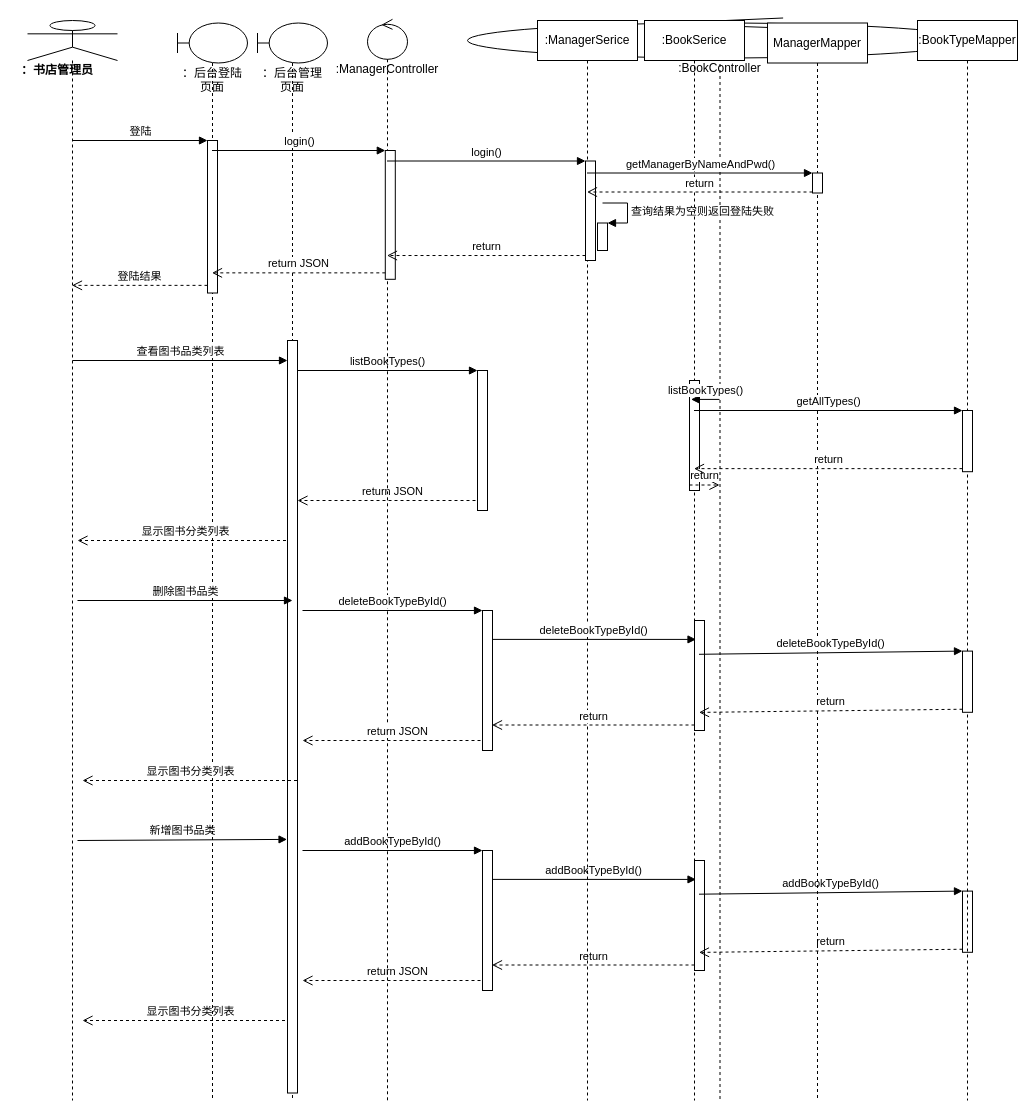
The draw.io diagram page "第 1 页" (1 of 2) of 毕业设计-功能设计-图书管理.drawio in MinDaHu/UML, before the edit. Source tidied: cells renumbered, new cells numbered last; positions are measured from the earlier drawing's top-left corner, leaving out a move shared by most shapes. Both pictures are drawn from the tidied source at 100%, with x=0, y=0 at pixel (17, 18).
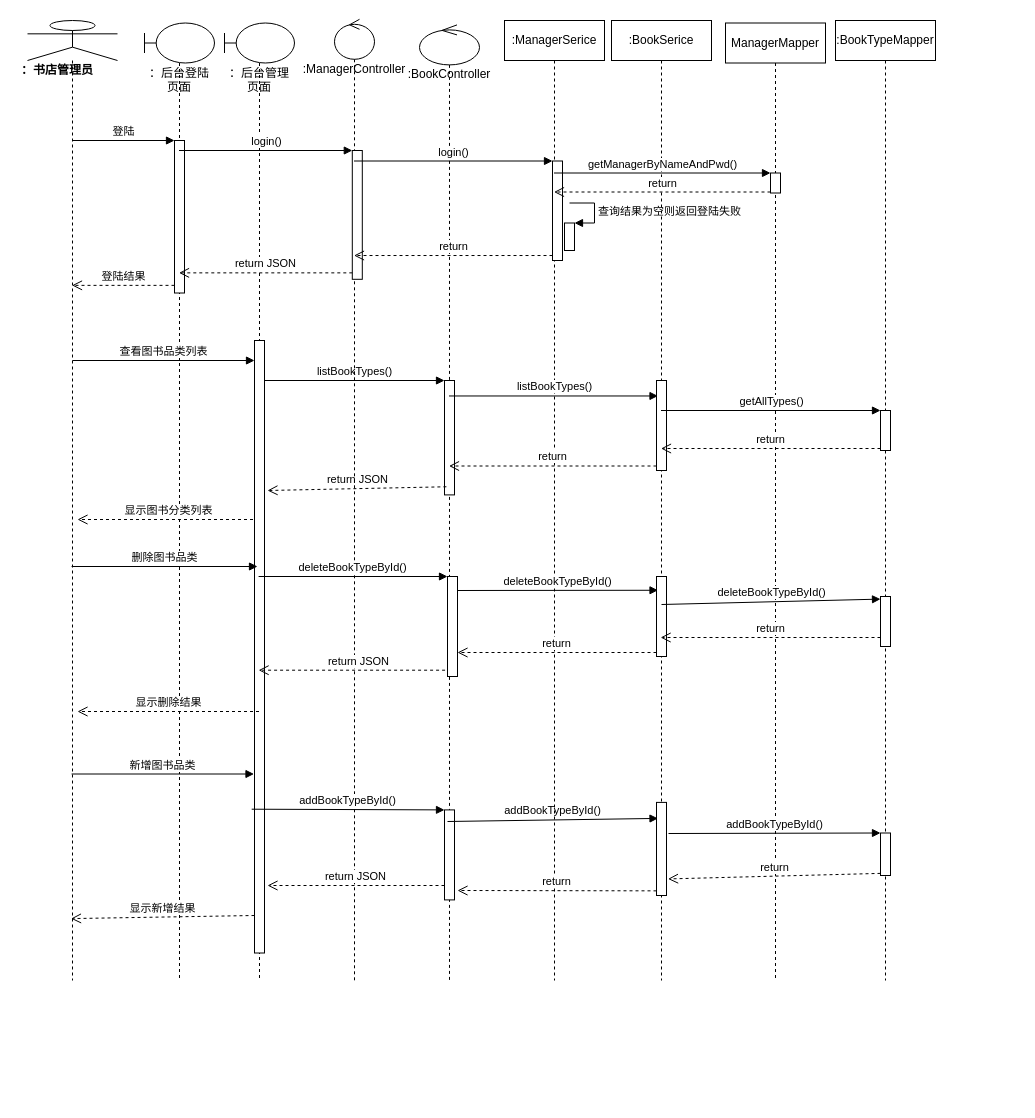
The same page after the edit.

Commit message (it also covers changes not shown here):
更新毕业设计-功能设计-图书管理.drawio

The edit, as a diff of the source:
```diff
@@
     <mxCell id="2" value=":BookController" style="shape=umlLifeline;participant=umlControl;perimeter=lifelinePerimeter;whiteSpace=wrap;html=1;verticalAlign=top;spacingTop=36;outlineConnect=0;" parent="1" vertex="1">
-      <mxGeometry x="450" y="-0.5" width="505" height="1082.5" as="geometry" />
+      <mxGeometry x="402" y="6.4" width="60" height="955.6" as="geometry" />
     </mxCell>
-    <mxCell id="3" style="html=1;points=[];perimeter=orthogonalPerimeter;" parent="2" vertex="1">
-      <mxGeometry x="495" y="873.1" width="10" height="61.2" as="geometry" />
-    </mxCell>
-    <mxCell id="4" value="return JSON" style="html=1;verticalAlign=bottom;endArrow=open;dashed=1;endSize=8;" parent="2" edge="1">
-      <mxGeometry relative="1" as="geometry">
-        <mxPoint x="25" y="962.5" as="sourcePoint" />
-        <mxPoint x="-165" y="962.5" as="targetPoint" />
-      </mxGeometry>
-    </mxCell>
-    <mxCell id="5" value="addBookTypeById()" style="html=1;verticalAlign=bottom;endArrow=block;" parent="2" edge="1" target="8">
-      <mxGeometry relative="1" as="geometry">
-        <mxPoint x="-165" y="832.5" as="sourcePoint" />
-      </mxGeometry>
-    </mxCell>
-    <mxCell id="6" value="显示图书分类列表" style="html=1;verticalAlign=bottom;endArrow=open;dashed=1;endSize=8;" parent="2" edge="1">
-      <mxGeometry relative="1" as="geometry">
-        <mxPoint x="-170.5" y="1002.5" as="sourcePoint" />
-        <mxPoint x="-385" y="1002.5" as="targetPoint" />
-      </mxGeometry>
-    </mxCell>
-    <mxCell id="7" style="html=1;points=[];perimeter=orthogonalPerimeter;" parent="2" vertex="1">
-      <mxGeometry x="227" y="842.5" width="10" height="110" as="geometry" />
-    </mxCell>
     <mxCell id="8" style="html=1;points=[];perimeter=orthogonalPerimeter;align=left;" parent="2" vertex="1">
-      <mxGeometry x="15" y="832.5" width="10" height="140" as="geometry" />
+      <mxGeometry x="25" y="785" width="10" height="90" as="geometry" />
     </mxCell>
     <mxCell id="9" value="addBookTypeById()" style="html=1;verticalAlign=bottom;endArrow=block;entryX=0.152;entryY=0.172;entryDx=0;entryDy=0;entryPerimeter=0;" parent="2" edge="1" target="7">
       <mxGeometry relative="1" as="geometry">
-        <mxPoint x="24.5" y="861.4" as="sourcePoint" />
+        <mxPoint x="28" y="796.6" as="sourcePoint" />
       </mxGeometry>
     </mxCell>
-    <mxCell id="10" value="return" style="html=1;verticalAlign=bottom;endArrow=open;dashed=1;endSize=8;exitX=0;exitY=0.95;" parent="2" edge="1" source="7">
-      <mxGeometry relative="1" as="geometry">
-        <mxPoint x="24.5" y="947" as="targetPoint" />
-      </mxGeometry>
-    </mxCell>
-    <mxCell id="11" value="addBookTypeById()" style="html=1;verticalAlign=bottom;endArrow=block;entryX=0;entryY=0;" parent="2" edge="1" target="3">
-      <mxGeometry relative="1" as="geometry">
-        <mxPoint x="231.5" y="876.2" as="sourcePoint" />
-      </mxGeometry>
-    </mxCell>
-    <mxCell id="12" value="return" style="html=1;verticalAlign=bottom;endArrow=open;dashed=1;endSize=8;exitX=0;exitY=0.95;" parent="2" edge="1" source="3">
-      <mxGeometry relative="1" as="geometry">
-        <mxPoint x="231.5" y="934.4" as="targetPoint" />
-      </mxGeometry>
-    </mxCell>
-    <mxCell id="13" value="新增图书品类" style="html=1;verticalAlign=bottom;endArrow=block;entryX=-0.045;entryY=0.663;entryDx=0;entryDy=0;entryPerimeter=0;" parent="2" edge="1" target="32">
-      <mxGeometry relative="1" as="geometry">
-        <mxPoint x="-390" y="822.5" as="sourcePoint" />
-      </mxGeometry>
-    </mxCell>
+    <mxCell id="45" style="html=1;points=[];perimeter=orthogonalPerimeter;align=left;" parent="2" vertex="1">
+      <mxGeometry x="25" y="355.6" width="10" height="114.4" as="geometry" />
+    </mxCell>
     <mxCell id="14" style="shape=umlLifeline;participant=umlActor;perimeter=lifelinePerimeter;whiteSpace=wrap;html=1;verticalAlign=top;spacingTop=36;outlineConnect=0;" parent="1" vertex="1">
-      <mxGeometry x="10" y="2" width="90" height="1080" as="geometry" />
+      <mxGeometry x="10" y="2" width="90" height="960" as="geometry" />
     </mxCell>
@@
     <mxCell id="16" value="&lt;span style=&quot;font-weight: normal&quot;&gt;：后台登陆页面&lt;/span&gt;" style="shape=umlLifeline;participant=umlBoundary;perimeter=lifelinePerimeter;whiteSpace=wrap;html=1;verticalAlign=top;spacingTop=36;outlineConnect=0;fontStyle=1;" parent="1" vertex="1">
-      <mxGeometry x="160" y="4.5" width="70" height="1077.5" as="geometry" />
+      <mxGeometry x="127" y="4.5" width="70" height="957.5" as="geometry" />
     </mxCell>
@@
+    <mxCell id="6" value="显示新增结果" style="html=1;verticalAlign=bottom;endArrow=open;dashed=1;endSize=8;" parent="16" edge="1">
+      <mxGeometry relative="1" as="geometry">
+        <mxPoint x="110" y="892.5" as="sourcePoint" />
+        <mxPoint x="-73.5" y="895.6" as="targetPoint" />
+      </mxGeometry>
+    </mxCell>
     <mxCell id="18" value=":ManagerSerice" style="shape=umlLifeline;perimeter=lifelinePerimeter;whiteSpace=wrap;html=1;outlineConnect=0;" parent="1" vertex="1">
-      <mxGeometry x="520" y="2" width="100" height="1080" as="geometry" />
+      <mxGeometry x="487" y="2" width="100" height="960" as="geometry" />
     </mxCell>
@@
-    <mxCell id="22" value="return JSON" style="html=1;verticalAlign=bottom;endArrow=open;dashed=1;endSize=8;" parent="1" edge="1" target="32">
+    <mxCell id="22" value="return JSON" style="html=1;verticalAlign=bottom;endArrow=open;dashed=1;endSize=8;exitX=0.188;exitY=0.929;exitDx=0;exitDy=0;exitPerimeter=0;" parent="1" edge="1" source="45">
       <mxGeometry relative="1" as="geometry">
-        <mxPoint x="470" y="482" as="sourcePoint" />
+        <mxPoint x="250" y="472" as="targetPoint" />
       </mxGeometry>
     </mxCell>
@@
-    <mxCell id="24" value="显示图书分类列表" style="html=1;verticalAlign=bottom;endArrow=open;dashed=1;endSize=8;" parent="1" edge="1" source="31">
+    <mxCell id="24" value="显示图书分类列表" style="html=1;verticalAlign=bottom;endArrow=open;dashed=1;endSize=8;" parent="1" edge="1">
       <mxGeometry relative="1" as="geometry">
-        <mxPoint x="60" y="522" as="targetPoint" />
+        <mxPoint x="241.5" y="501" as="sourcePoint" />
+        <mxPoint x="60" y="501" as="targetPoint" />
       </mxGeometry>
     </mxCell>
     <mxCell id="25" value=":BookTypeMapper" style="shape=umlLifeline;perimeter=lifelinePerimeter;whiteSpace=wrap;html=1;" parent="1" vertex="1">
-      <mxGeometry x="900" y="2" width="100" height="1080" as="geometry" />
+      <mxGeometry x="818" y="2" width="100" height="960" as="geometry" />
     </mxCell>
     <mxCell id="26" style="html=1;points=[];perimeter=orthogonalPerimeter;" parent="25" vertex="1">
-      <mxGeometry x="45" y="390" width="10" height="61.2" as="geometry" />
+      <mxGeometry x="45" y="390" width="10" height="40" as="geometry" />
     </mxCell>
     <mxCell id="27" style="html=1;points=[];perimeter=orthogonalPerimeter;" parent="25" vertex="1">
-      <mxGeometry x="45" y="630.6" width="10" height="61.2" as="geometry" />
+      <mxGeometry x="45" y="576" width="10" height="50" as="geometry" />
     </mxCell>
+    <mxCell id="3" style="html=1;points=[];perimeter=orthogonalPerimeter;" parent="25" vertex="1">
+      <mxGeometry x="45" y="812.5" width="10" height="42.5" as="geometry" />
+    </mxCell>
     <mxCell id="28" value="ManagerMapper" style="shape=umlLifeline;perimeter=lifelinePerimeter;whiteSpace=wrap;html=1;" parent="1" vertex="1">
-      <mxGeometry x="750" y="4.5" width="100" height="1077.5" as="geometry" />
+      <mxGeometry x="708" y="4.5" width="100" height="957.5" as="geometry" />
     </mxCell>
@@
     <mxCell id="31" value="&lt;span style=&quot;font-weight: normal&quot;&gt;：后台管理页面&lt;/span&gt;" style="shape=umlLifeline;participant=umlBoundary;perimeter=lifelinePerimeter;whiteSpace=wrap;html=1;verticalAlign=top;spacingTop=36;outlineConnect=0;fontStyle=1;" parent="1" vertex="1">
-      <mxGeometry x="240" y="4.5" width="70" height="1077.5" as="geometry" />
+      <mxGeometry x="207" y="4.5" width="70" height="957.5" as="geometry" />
     </mxCell>
     <mxCell id="32" style="html=1;points=[];perimeter=orthogonalPerimeter;align=left;" parent="31" vertex="1">
-      <mxGeometry x="30" y="317.5" width="10" height="752.5" as="geometry" />
+      <mxGeometry x="30" y="317.5" width="10" height="612.5" as="geometry" />
     </mxCell>
@@
     <mxCell id="35" value=":BookSerice" style="shape=umlLifeline;perimeter=lifelinePerimeter;whiteSpace=wrap;html=1;outlineConnect=0;" parent="1" vertex="1">
-      <mxGeometry x="627" y="2" width="100" height="1080" as="geometry" />
+      <mxGeometry x="594" y="2" width="100" height="960" as="geometry" />
     </mxCell>
     <mxCell id="36" style="html=1;points=[];perimeter=orthogonalPerimeter;" parent="35" vertex="1">
-      <mxGeometry x="45" y="360" width="10" height="110" as="geometry" />
+      <mxGeometry x="45" y="360" width="10" height="90" as="geometry" />
     </mxCell>
+    <mxCell id="7" style="html=1;points=[];perimeter=orthogonalPerimeter;" parent="35" vertex="1">
+      <mxGeometry x="45" y="781.9" width="10" height="93.1" as="geometry" />
+    </mxCell>
+    <mxCell id="54" style="html=1;points=[];perimeter=orthogonalPerimeter;" parent="35" vertex="1">
+      <mxGeometry x="45" y="556" width="10" height="80" as="geometry" />
+    </mxCell>
     <mxCell id="37" value=":ManagerController" style="shape=umlLifeline;participant=umlControl;perimeter=lifelinePerimeter;whiteSpace=wrap;html=1;verticalAlign=top;spacingTop=36;outlineConnect=0;" parent="1" vertex="1">
-      <mxGeometry x="350" y="0.8" width="40" height="1081.2" as="geometry" />
+      <mxGeometry x="317" y="0.8" width="40" height="961.2" as="geometry" />
     </mxCell>
@@
-    <mxCell id="45" style="html=1;points=[];perimeter=orthogonalPerimeter;align=left;" parent="1" vertex="1">
-      <mxGeometry x="460" y="352" width="10" height="140" as="geometry" />
-    </mxCell>
@@
-    <mxCell id="50" value="return JSON" style="html=1;verticalAlign=bottom;endArrow=open;dashed=1;endSize=8;" parent="1" edge="1">
+    <mxCell id="50" value="return JSON" style="html=1;verticalAlign=bottom;endArrow=open;dashed=1;endSize=8;exitX=0.959;exitY=0.937;exitDx=0;exitDy=0;exitPerimeter=0;" parent="1" edge="1" source="55">
       <mxGeometry relative="1" as="geometry">
-        <mxPoint x="475" y="722" as="sourcePoint" />
-        <mxPoint x="285" y="722" as="targetPoint" />
+        <mxPoint x="241.1" y="651.7" as="targetPoint" />
       </mxGeometry>
     </mxCell>
     <mxCell id="51" value="deleteBookTypeById()" style="html=1;verticalAlign=bottom;endArrow=block;entryX=0;entryY=0;" parent="1" edge="1" target="55">
       <mxGeometry relative="1" as="geometry">
-        <mxPoint x="285" y="592" as="sourcePoint" />
+        <mxPoint x="241.1" y="558" as="sourcePoint" />
       </mxGeometry>
     </mxCell>
-    <mxCell id="52" value="显示图书分类列表" style="html=1;verticalAlign=bottom;endArrow=open;dashed=1;endSize=8;" parent="1" edge="1">
+    <mxCell id="52" value="显示删除结果" style="html=1;verticalAlign=bottom;endArrow=open;dashed=1;endSize=8;" parent="1" edge="1">
       <mxGeometry relative="1" as="geometry">
-        <mxPoint x="279.5" y="762" as="sourcePoint" />
-        <mxPoint x="65" y="762" as="targetPoint" />
+        <mxPoint x="241.5" y="693" as="sourcePoint" />
+        <mxPoint x="60" y="693" as="targetPoint" />
       </mxGeometry>
     </mxCell>
     <mxCell id="53" value="删除图书品类" style="html=1;verticalAlign=bottom;endArrow=block;" parent="1" edge="1">
       <mxGeometry relative="1" as="geometry">
-        <mxPoint x="60" y="582" as="sourcePoint" />
-        <mxPoint x="275" y="582" as="targetPoint" />
+        <mxPoint x="54.1" y="548" as="sourcePoint" />
+        <mxPoint x="240" y="548" as="targetPoint" />
       </mxGeometry>
     </mxCell>
-    <mxCell id="54" style="html=1;points=[];perimeter=orthogonalPerimeter;" parent="1" vertex="1">
-      <mxGeometry x="677" y="602" width="10" height="110" as="geometry" />
-    </mxCell>
     <mxCell id="55" style="html=1;points=[];perimeter=orthogonalPerimeter;align=left;" parent="1" vertex="1">
-      <mxGeometry x="465" y="592" width="10" height="140" as="geometry" />
+      <mxGeometry x="430" y="558" width="10" height="100" as="geometry" />
     </mxCell>
     <mxCell id="56" value="deleteBookTypeById()" style="html=1;verticalAlign=bottom;endArrow=block;entryX=0.152;entryY=0.172;entryDx=0;entryDy=0;entryPerimeter=0;" parent="1" edge="1" target="54">
       <mxGeometry relative="1" as="geometry">
-        <mxPoint x="474.5" y="620.9" as="sourcePoint" />
+        <mxPoint x="440" y="572" as="sourcePoint" />
       </mxGeometry>
     </mxCell>
     <mxCell id="57" value="return" style="html=1;verticalAlign=bottom;endArrow=open;dashed=1;endSize=8;exitX=0;exitY=0.95;" parent="1" edge="1" source="54">
       <mxGeometry relative="1" as="geometry">
-        <mxPoint x="474.5" y="706.5" as="targetPoint" />
+        <mxPoint x="440" y="634" as="targetPoint" />
       </mxGeometry>
     </mxCell>
-    <mxCell id="58" value="deleteBookTypeById()" style="html=1;verticalAlign=bottom;endArrow=block;entryX=0;entryY=0;" parent="1" edge="1" target="27">
+    <mxCell id="58" value="deleteBookTypeById()" style="html=1;verticalAlign=bottom;endArrow=block;entryX=0;entryY=0;" parent="1" edge="1">
       <mxGeometry relative="1" as="geometry">
-        <mxPoint x="681.5" y="635.8" as="sourcePoint" />
+        <mxPoint x="644" y="586" as="sourcePoint" />
+        <mxPoint x="863" y="580.6" as="targetPoint" />
       </mxGeometry>
     </mxCell>
-    <mxCell id="59" value="return" style="html=1;verticalAlign=bottom;endArrow=open;dashed=1;endSize=8;exitX=0;exitY=0.95;" parent="1" edge="1" source="27">
+    <mxCell id="59" value="return" style="html=1;verticalAlign=bottom;endArrow=open;dashed=1;endSize=8;exitX=0;exitY=0.95;" parent="1" edge="1">
       <mxGeometry relative="1" as="geometry">
-        <mxPoint x="681.5" y="693.9" as="targetPoint" />
+        <mxPoint x="863" y="619" as="sourcePoint" />
+        <mxPoint x="643.1" y="619" as="targetPoint" />
       </mxGeometry>
     </mxCell>
+    <mxCell id="12" value="return" style="html=1;verticalAlign=bottom;endArrow=open;dashed=1;endSize=8;exitX=0;exitY=0.95;entryX=1.152;entryY=0.822;entryDx=0;entryDy=0;entryPerimeter=0;" parent="1" edge="1" source="3" target="7">
+      <mxGeometry relative="1" as="geometry" />
+    </mxCell>
+    <mxCell id="11" value="addBookTypeById()" style="html=1;verticalAlign=bottom;endArrow=block;entryX=0;entryY=0;" parent="1" edge="1" target="3">
+      <mxGeometry relative="1" as="geometry">
+        <mxPoint x="651" y="815" as="sourcePoint" />
+      </mxGeometry>
+    </mxCell>
+    <mxCell id="13" value="新增图书品类" style="html=1;verticalAlign=bottom;endArrow=block;entryX=-0.045;entryY=0.663;entryDx=0;entryDy=0;entryPerimeter=0;" parent="1" edge="1">
+      <mxGeometry relative="1" as="geometry">
+        <mxPoint x="54.1" y="755.5" as="sourcePoint" />
+        <mxPoint x="236.5" y="755.5" as="targetPoint" />
+      </mxGeometry>
+    </mxCell>
+    <mxCell id="10" value="return" style="html=1;verticalAlign=bottom;endArrow=open;dashed=1;endSize=8;exitX=0;exitY=0.95;" parent="1" edge="1" source="7">
+      <mxGeometry relative="1" as="geometry">
+        <mxPoint x="440" y="872" as="targetPoint" />
+      </mxGeometry>
+    </mxCell>
+    <mxCell id="4" value="return JSON" style="html=1;verticalAlign=bottom;endArrow=open;dashed=1;endSize=8;" parent="1" edge="1">
+      <mxGeometry relative="1" as="geometry">
+        <mxPoint x="427" y="867" as="sourcePoint" />
+        <mxPoint x="250" y="867" as="targetPoint" />
+      </mxGeometry>
+    </mxCell>
+    <mxCell id="5" value="addBookTypeById()" style="html=1;verticalAlign=bottom;endArrow=block;exitX=-0.276;exitY=0.782;exitDx=0;exitDy=0;exitPerimeter=0;" parent="1" edge="1" target="8">
+      <mxGeometry relative="1" as="geometry">
+        <mxPoint x="234.2" y="790.7" as="sourcePoint" />
+      </mxGeometry>
+    </mxCell>
```
